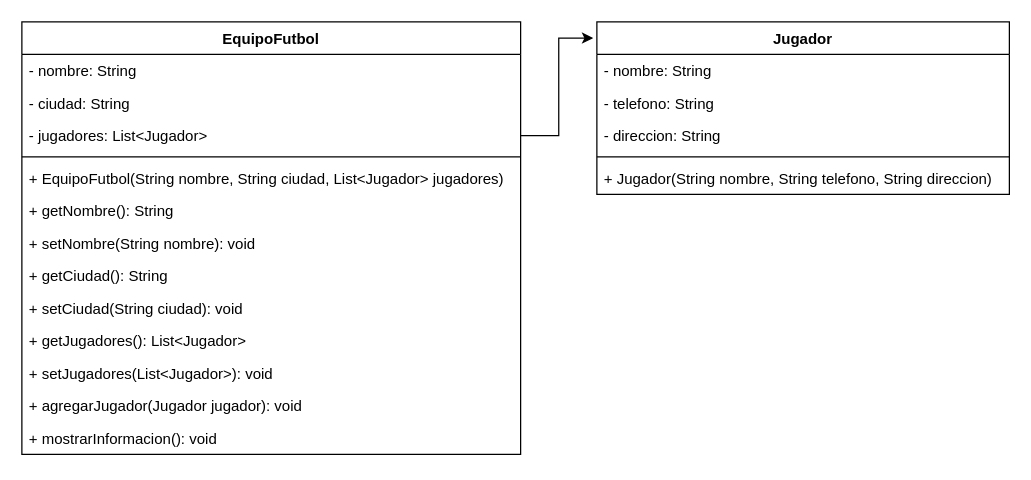
daesvi/Java-Poo keeps this draw.io diagram as src/taller_uno/uml/ejercicio2.drawio. Above is the earlier version. Source tidied: cells renumbered, new cells numbered last; positions are measured from the earlier drawing's top-left corner, leaving out a move shared by most shapes. Both pictures are drawn from the tidied source at 125%, with x=0, y=0 at pixel (21, 21).
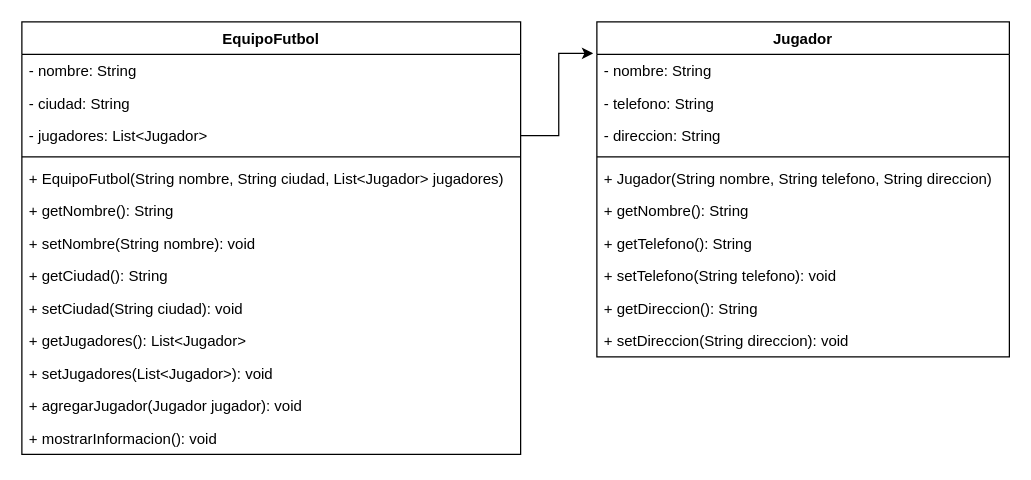
The same page after the edit.

Commit message (it also covers changes not shown here):
Diagrama UML del punto 2 (Equipo de futbol)

What changed in the source:
```diff
@@
     <mxCell id="16" value="Jugador" style="swimlane;fontStyle=1;align=center;verticalAlign=top;horizontal=1;startSize=26;whiteSpace=wrap;html=1;" parent="1" vertex="1">
-      <mxGeometry x="460" width="330" height="138" as="geometry" />
+      <mxGeometry x="460" width="330" height="268" as="geometry" />
     </mxCell>
@@
+    <mxCell id="23" value="+ getNombre(): String" style="text;strokeColor=none;fillColor=none;align=left;verticalAlign=top;spacingLeft=4;spacingRight=4;overflow=hidden;whiteSpace=wrap;html=1;" parent="16" vertex="1">
+      <mxGeometry y="138" width="330" height="26" as="geometry" />
+    </mxCell>
+    <mxCell id="24" value="+ getTelefono(): String" style="text;strokeColor=none;fillColor=none;align=left;verticalAlign=top;spacingLeft=4;spacingRight=4;overflow=hidden;whiteSpace=wrap;html=1;" parent="16" vertex="1">
+      <mxGeometry y="164" width="330" height="26" as="geometry" />
+    </mxCell>
+    <mxCell id="25" value="+ setTelefono(String telefono): void" style="text;strokeColor=none;fillColor=none;align=left;verticalAlign=top;spacingLeft=4;spacingRight=4;overflow=hidden;whiteSpace=wrap;html=1;" parent="16" vertex="1">
+      <mxGeometry y="190" width="330" height="26" as="geometry" />
+    </mxCell>
+    <mxCell id="26" value="+ getDireccion(): String" style="text;strokeColor=none;fillColor=none;align=left;verticalAlign=top;spacingLeft=4;spacingRight=4;overflow=hidden;whiteSpace=wrap;html=1;" parent="16" vertex="1">
+      <mxGeometry y="216" width="330" height="26" as="geometry" />
+    </mxCell>
+    <mxCell id="27" value="+ setDireccion(String direccion): void" style="text;strokeColor=none;fillColor=none;align=left;verticalAlign=top;spacingLeft=4;spacingRight=4;overflow=hidden;whiteSpace=wrap;html=1;" parent="16" vertex="1">
+      <mxGeometry y="242" width="330" height="26" as="geometry" />
+    </mxCell>
```
